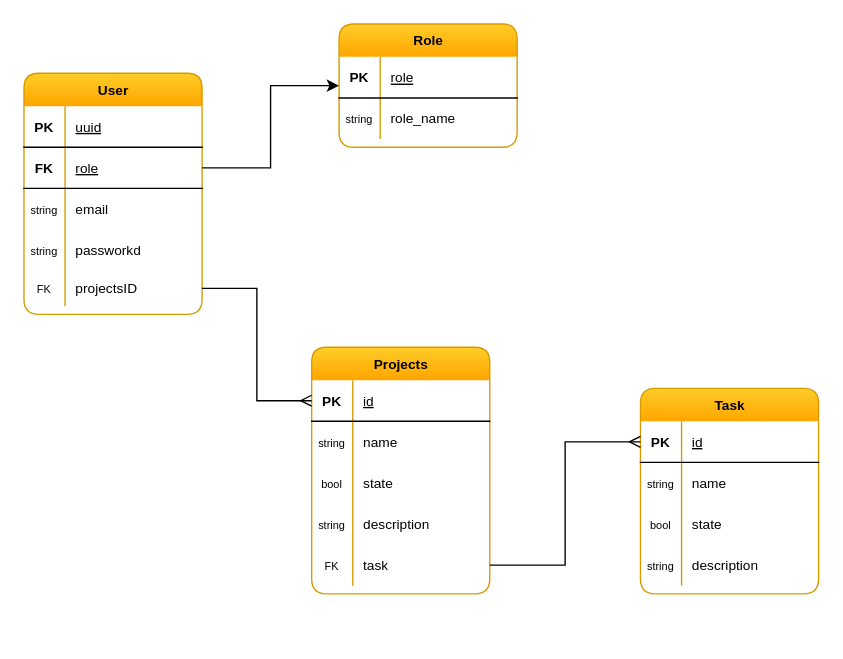
danielCastaneda23/backend-prueba-tecnica keeps this draw.io diagram as diagrama-relaciones.drawio. Above is the earlier version. Source tidied: cells renumbered, new cells numbered last; positions are measured from the earlier drawing's top-left corner, leaving out a move shared by most shapes. Both pictures are drawn from the tidied source at 137%, with x=0, y=0 at pixel (23, 23).
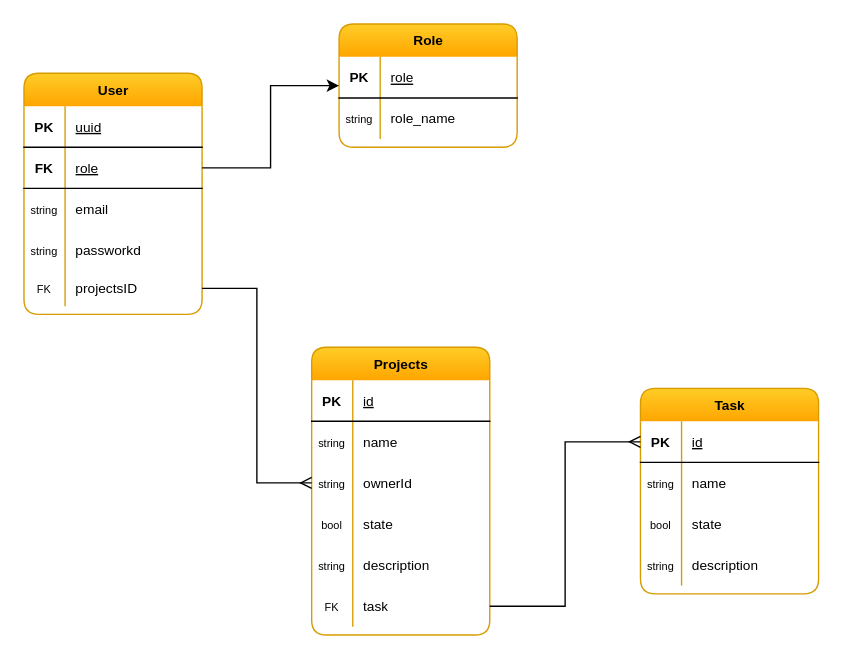
After the change.

The change refers to these unchanged cells:
```xml
<mxCell id="15" style="shape=tableRow;horizontal=0;startSize=0;swimlaneHead=0;swimlaneBody=0;fillColor=none;points=[[0,0.5],[1,0.5]];portConstraint=eastwest;top=0;left=0;right=0;bottom=0;swimlaneLine=1;" parent="2" vertex="1">
  <mxGeometry y="144" width="130" height="26" as="geometry" />
</mxCell>
<mxCell id="27" style="shape=tableRow;horizontal=0;startSize=0;swimlaneHead=0;swimlaneBody=0;fillColor=none;points=[[0,0.5],[1,0.5]];portConstraint=eastwest;top=0;left=0;right=0;bottom=1;swimlaneLine=1;" parent="26" vertex="1">
  <mxGeometry y="24" width="130" height="30" as="geometry" />
</mxCell>
```

What changed in the source:
```diff
@@
     <mxCell id="26" value="&lt;font style=&quot;font-size: 10px;&quot;&gt;Projects&lt;/font&gt;" style="shape=table;startSize=24;childLayout=tableLayout;rowLines=0;fontStyle=1;align=center;html=1;swimlaneLine=0;rounded=1;fillColor=#ffcd28;strokeColor=#d79b00;gradientColor=#ffa500;fillStyle=auto;shadow=0;" parent="1" vertex="1">
-      <mxGeometry x="210" y="236" width="130" height="180" as="geometry" />
+      <mxGeometry x="210" y="236" width="130" height="210" as="geometry" />
     </mxCell>
@@
+    <mxCell id="57" style="shape=tableRow;horizontal=0;startSize=0;swimlaneHead=0;swimlaneBody=0;fillColor=none;points=[[0,0.5],[1,0.5]];portConstraint=eastwest;top=0;left=0;right=0;bottom=0;swimlaneLine=1;" parent="26" vertex="1">
+      <mxGeometry y="84" width="130" height="30" as="geometry" />
+    </mxCell>
+    <mxCell id="58" value="&lt;font style=&quot;font-size: 8px;&quot;&gt;string&lt;/font&gt;" style="shape=partialRectangle;fillColor=none;top=0;left=0;bottom=0;right=0;overflow=hidden;whiteSpace=wrap;html=1;swimlaneLine=1;" parent="57" vertex="1">
+      <mxGeometry width="30" height="30" as="geometry" />
+    </mxCell>
+    <mxCell id="59" value="&lt;span style=&quot;font-size: 10px;&quot;&gt;ownerId&lt;/span&gt;" style="shape=partialRectangle;fillColor=none;top=0;left=0;bottom=0;right=0;align=left;spacingLeft=6;overflow=hidden;whiteSpace=wrap;html=1;swimlaneLine=1;" parent="57" vertex="1">
+      <mxGeometry x="30" width="100" height="30" as="geometry" />
+    </mxCell>
     <mxCell id="33" style="shape=tableRow;horizontal=0;startSize=0;swimlaneHead=0;swimlaneBody=0;fillColor=none;top=0;left=0;right=0;bottom=0;swimlaneLine=1;" parent="26" vertex="1">
-      <mxGeometry y="84" width="130" height="30" as="geometry" />
+      <mxGeometry y="114" width="130" height="30" as="geometry" />
     </mxCell>
@@
     <mxCell id="36" style="shape=tableRow;horizontal=0;startSize=0;swimlaneHead=0;swimlaneBody=0;fillColor=none;top=0;left=0;right=0;bottom=0;swimlaneLine=1;" parent="26" vertex="1">
-      <mxGeometry y="114" width="130" height="30" as="geometry" />
+      <mxGeometry y="144" width="130" height="30" as="geometry" />
     </mxCell>
@@
     <mxCell id="39" style="shape=tableRow;horizontal=0;startSize=0;swimlaneHead=0;swimlaneBody=0;fillColor=none;points=[[0,0.5],[1,0.5]];portConstraint=eastwest;top=0;left=0;right=0;bottom=0;swimlaneLine=1;" parent="26" vertex="1">
-      <mxGeometry y="144" width="130" height="30" as="geometry" />
+      <mxGeometry y="174" width="130" height="30" as="geometry" />
     </mxCell>
@@
-    <mxCell id="42" style="edgeStyle=orthogonalEdgeStyle;rounded=0;jettySize=auto;html=1;exitX=1;exitY=0.5;exitDx=0;exitDy=0;entryX=0;entryY=0.5;entryDx=0;entryDy=0;endArrow=ERmany;endFill=0;" parent="1" edge="1" source="15" target="27">
+    <mxCell id="42" style="edgeStyle=orthogonalEdgeStyle;rounded=0;jettySize=auto;html=1;exitX=1;exitY=0.5;exitDx=0;exitDy=0;entryX=0;entryY=0.5;entryDx=0;entryDy=0;endArrow=ERmany;endFill=0;" parent="1" edge="1" source="15" target="57">
       <mxGeometry relative="1" as="geometry" />
     </mxCell>
```
